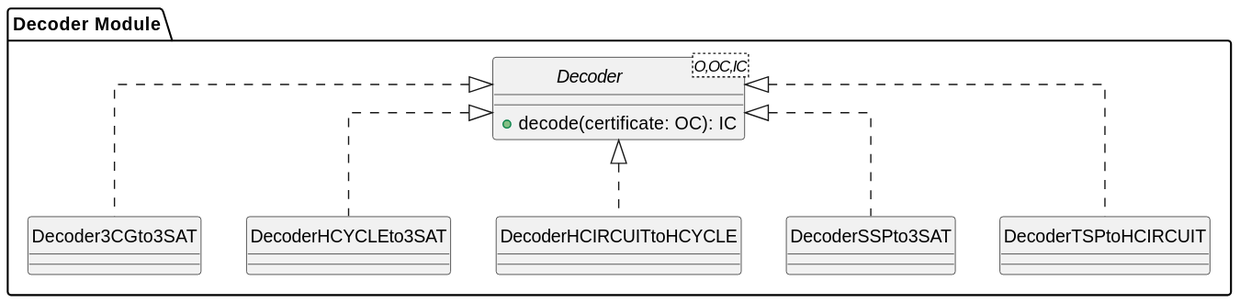
Above: paper/assets/plantuml/decode-class-diagram.svg in phatt-23/BP (PlantUML), before the change.
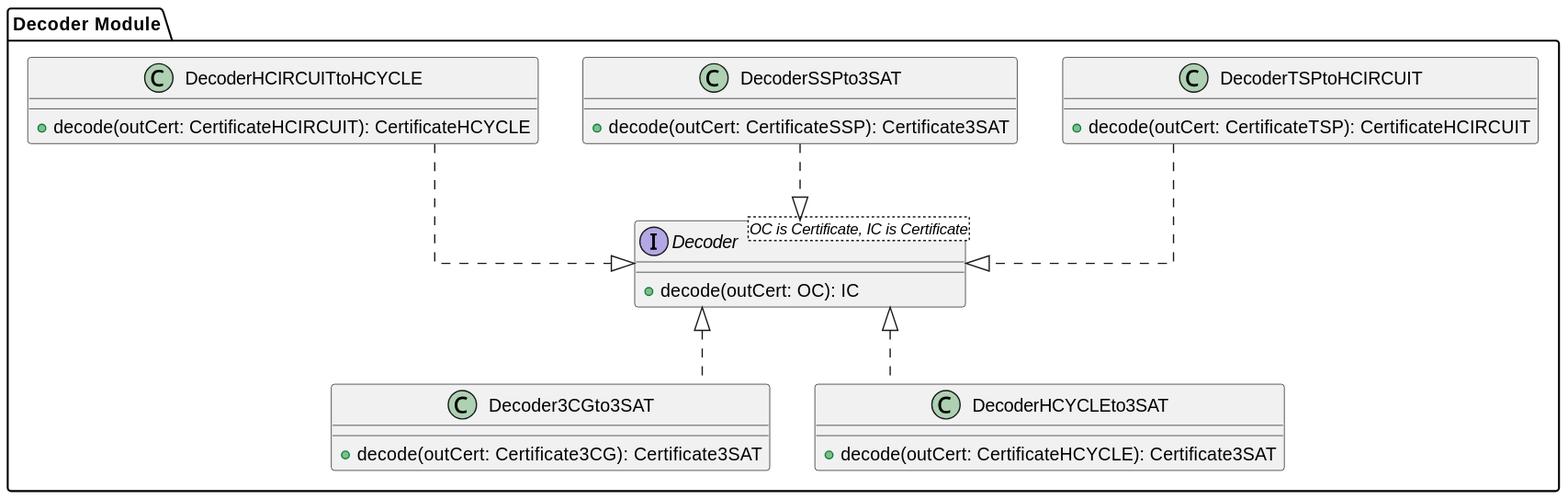
The same file after the commit.

Diff of the diagram source:
```diff
@@ -1,18 +1,36 @@
 @startuml
 skinparam linetype ortho
-hide circle
 
 package "Decoder Module" {
 
-    interface Decoder<O,OC,IC> {
-        +decode(certificate: OC): IC
+    interface Decoder<OC is Certificate, IC is Certificate> {
+        +decode(outCert: OC): IC
     }
 
-    class Decoder3CGto3SAT implements Decoder
-    class DecoderHCYCLEto3SAT implements Decoder
-    class DecoderHCIRCUITtoHCYCLE implements Decoder
-    class DecoderSSPto3SAT implements Decoder
-    class DecoderTSPtoHCIRCUIT implements Decoder
+    class Decoder3CGto3SAT {
+        +decode(outCert: Certificate3CG): Certificate3SAT
+    }
 
+    class DecoderHCYCLEto3SAT {
+        +decode(outCert: CertificateHCYCLE): Certificate3SAT
+    }
+
+    class DecoderHCIRCUITtoHCYCLE {
+        +decode(outCert: CertificateHCIRCUIT): CertificateHCYCLE
+    }
+
+    class DecoderSSPto3SAT {
+        +decode(outCert: CertificateSSP): Certificate3SAT
+    }
+
+    class DecoderTSPtoHCIRCUIT {
+        +decode(outCert: CertificateTSP): CertificateHCIRCUIT
+    }
+
+    Decoder3CGto3SAT .up.|> Decoder
+    DecoderHCYCLEto3SAT .up.|> Decoder
+    DecoderHCIRCUITtoHCYCLE .down.|> Decoder
+    DecoderSSPto3SAT .down.|> Decoder
+    DecoderTSPtoHCIRCUIT .down.|> Decoder
 }
 @enduml
```
